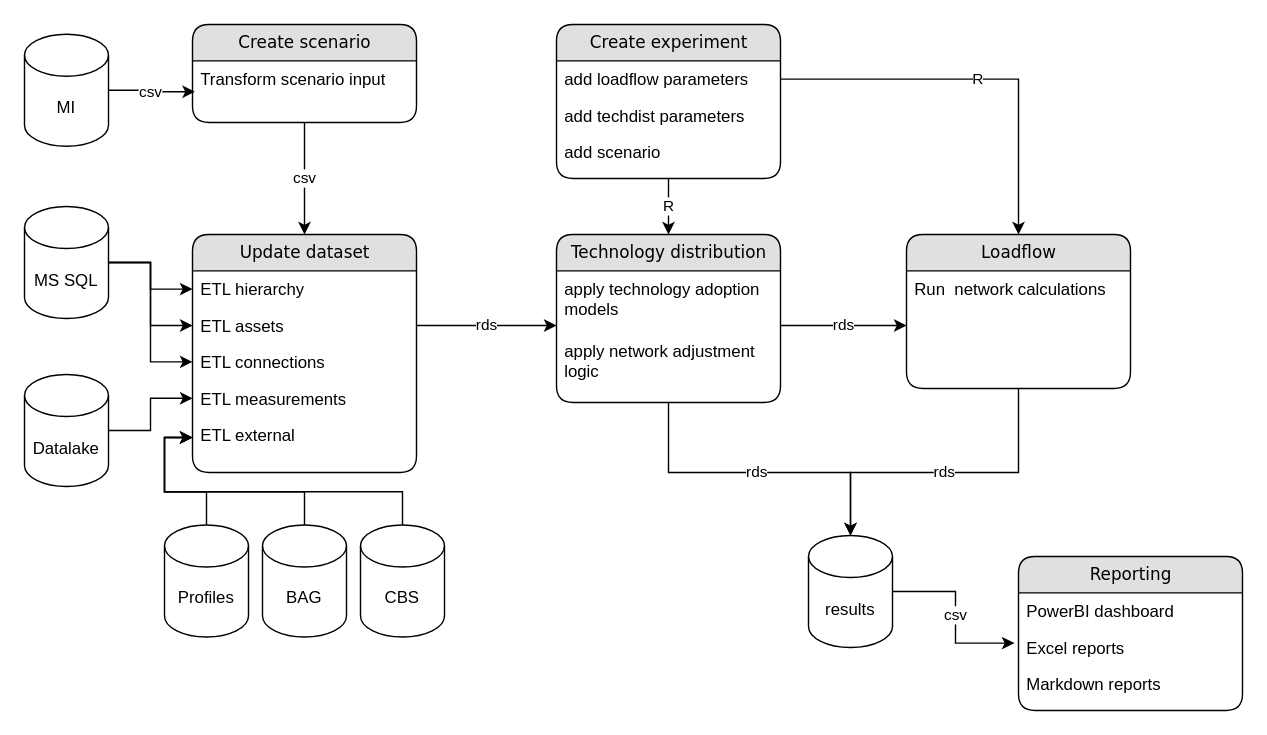
rubenverweij/std_setiam_uml keeps this draw.io diagram as setiam_worklows.drawio. Above is the earlier version. Source tidied: cells renumbered, new cells numbered last; positions are measured from the earlier drawing's top-left corner, leaving out a move shared by most shapes. Both pictures are drawn from the tidied source at 140%, with x=0, y=0 at pixel (24, 24).
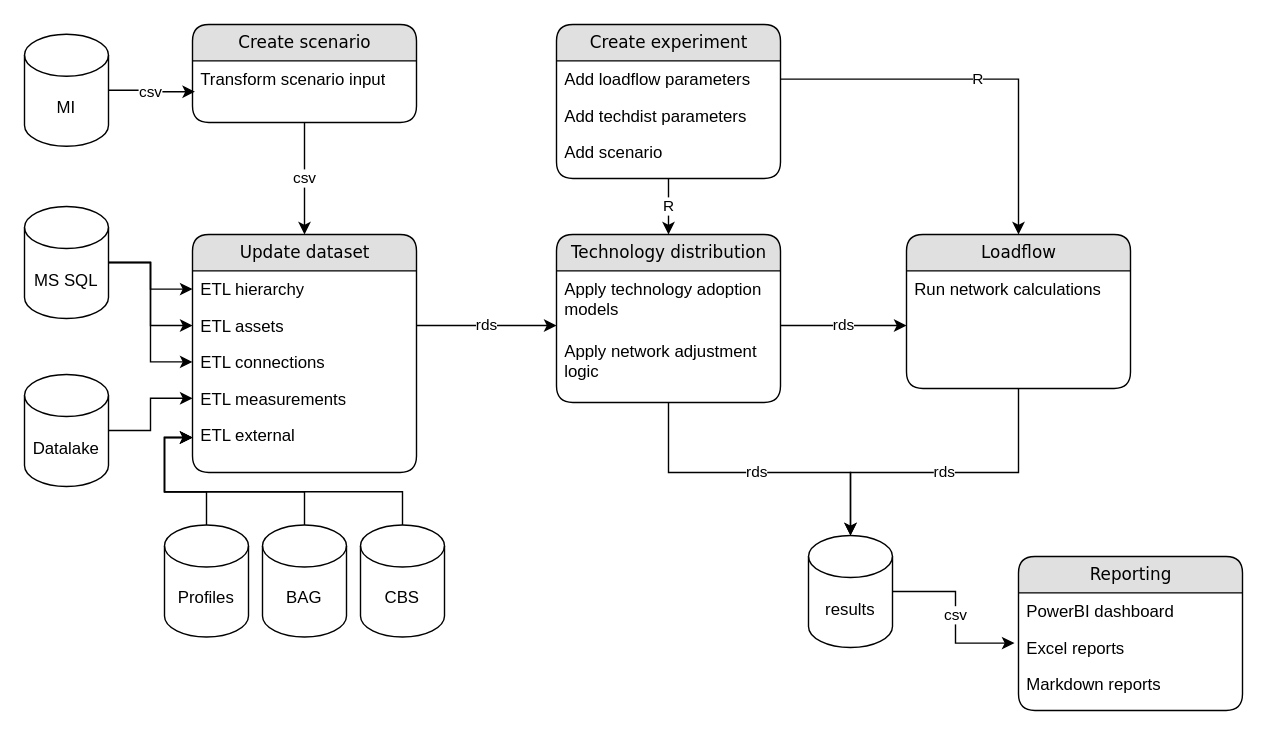
After the change.

Unchanged cells that the change refers to:
```xml
<mxCell id="12" value="Create experiment" style="swimlane;html=1;fontStyle=0;horizontal=1;startSize=26;fillColor=#e0e0e0;swimlaneFillColor=#ffffff;align=center;rounded=1;shadow=0;comic=0;labelBackgroundColor=none;strokeWidth=1;fontFamily=Verdana;fontSize=12;" parent="1" vertex="1">
  <mxGeometry x="380" width="160" height="110" as="geometry" />
</mxCell>
<mxCell id="27" value="Technology distribution" style="swimlane;html=1;fontStyle=0;horizontal=1;startSize=26;fillColor=#e0e0e0;swimlaneFillColor=#ffffff;align=center;rounded=1;shadow=0;comic=0;labelBackgroundColor=none;strokeWidth=1;fontFamily=Verdana;fontSize=12;enumerate=0;" parent="1" vertex="1">
  <mxGeometry x="380" y="150" width="160" height="120" as="geometry" />
</mxCell>
<mxCell id="31" value="Loadflow" style="swimlane;html=1;fontStyle=0;horizontal=1;startSize=26;fillColor=#e0e0e0;swimlaneFillColor=#ffffff;align=center;rounded=1;shadow=0;comic=0;labelBackgroundColor=none;strokeWidth=1;fontFamily=Verdana;fontSize=12;" parent="1" vertex="1">
  <mxGeometry x="630" y="150" width="160" height="110" as="geometry" />
</mxCell>
```

The edit, as a diff of the source:
```diff
@@
-    <mxCell id="13" value="add loadflow parameters" style="text;html=1;strokeColor=none;fillColor=none;spacingLeft=4;spacingRight=4;whiteSpace=wrap;overflow=hidden;points=[[0,0.5],[1,0.5]];portConstraint=eastwest;" parent="12" vertex="1">
+    <mxCell id="13" value="Add loadflow parameters" style="text;html=1;strokeColor=none;fillColor=none;spacingLeft=4;spacingRight=4;whiteSpace=wrap;overflow=hidden;points=[[0,0.5],[1,0.5]];portConstraint=eastwest;" parent="12" vertex="1">
       <mxGeometry y="26" width="160" height="26" as="geometry" />
     </mxCell>
-    <mxCell id="14" value="add techdist parameters" style="text;html=1;strokeColor=none;fillColor=none;spacingLeft=4;spacingRight=4;whiteSpace=wrap;overflow=hidden;" parent="12" vertex="1">
+    <mxCell id="14" value="Add techdist parameters" style="text;html=1;strokeColor=none;fillColor=none;spacingLeft=4;spacingRight=4;whiteSpace=wrap;overflow=hidden;" parent="12" vertex="1">
       <mxGeometry y="52" width="160" height="26" as="geometry" />
     </mxCell>
-    <mxCell id="15" value="add scenario" style="text;html=1;strokeColor=none;fillColor=none;spacingLeft=4;spacingRight=4;whiteSpace=wrap;overflow=hidden;" parent="12" vertex="1">
+    <mxCell id="15" value="Add scenario" style="text;html=1;strokeColor=none;fillColor=none;spacingLeft=4;spacingRight=4;whiteSpace=wrap;overflow=hidden;" parent="12" vertex="1">
       <mxGeometry y="78" width="160" height="26" as="geometry" />
     </mxCell>
@@
-    <mxCell id="28" value="apply technology adoption models" style="text;html=1;strokeColor=none;fillColor=none;spacingLeft=4;spacingRight=4;whiteSpace=wrap;overflow=hidden;" parent="27" vertex="1">
+    <mxCell id="28" value="Apply technology adoption models" style="text;html=1;strokeColor=none;fillColor=none;spacingLeft=4;spacingRight=4;whiteSpace=wrap;overflow=hidden;" parent="27" vertex="1">
       <mxGeometry y="26" width="160" height="44" as="geometry" />
     </mxCell>
-    <mxCell id="29" value="apply network adjustment logic" style="text;html=1;strokeColor=none;fillColor=none;spacingLeft=4;spacingRight=4;whiteSpace=wrap;overflow=hidden;" parent="27" vertex="1">
+    <mxCell id="29" value="Apply network adjustment logic" style="text;html=1;strokeColor=none;fillColor=none;spacingLeft=4;spacingRight=4;whiteSpace=wrap;overflow=hidden;" parent="27" vertex="1">
       <mxGeometry y="70" width="160" height="44" as="geometry" />
     </mxCell>
@@
-    <mxCell id="32" value="Run&amp;nbsp; network calculations" style="text;html=1;strokeColor=none;fillColor=none;spacingLeft=4;spacingRight=4;whiteSpace=wrap;overflow=hidden;" parent="31" vertex="1">
+    <mxCell id="32" value="Run network calculations" style="text;html=1;strokeColor=none;fillColor=none;spacingLeft=4;spacingRight=4;whiteSpace=wrap;overflow=hidden;" parent="31" vertex="1">
       <mxGeometry y="26" width="160" height="26" as="geometry" />
     </mxCell>
```
